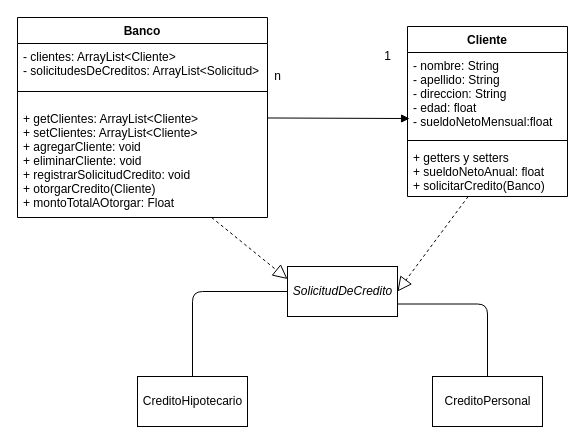
This is src/tp5_SOLID/TP5SOLID_diseño.drawio from lucianosantoleri/Obj2-UNQ-Santoleri, a draw.io file, before an edit. Source tidied: cells renumbered, new cells numbered last; positions are measured from the earlier drawing's top-left corner, leaving out a move shared by most shapes. Both pictures are drawn from the tidied source at 100%, with x=0, y=0 at pixel (17, 17).
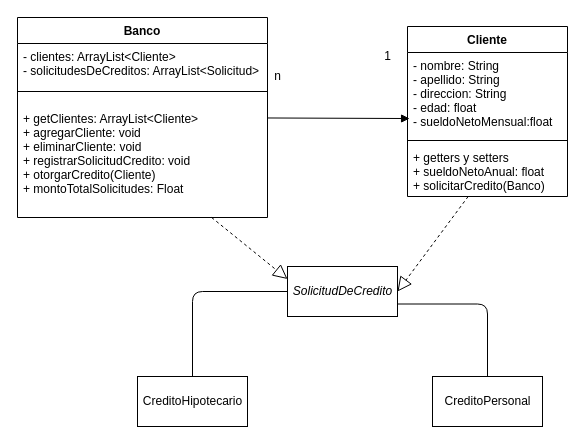
Above is the later version.

Change to the diagram source:
```diff
@@
 <mxGraphModel background="#ffffff">
   <root>
     <mxCell id="0" />
     <mxCell id="1" parent="0" />
     <mxCell id="2" value="Cliente" style="swimlane;fontStyle=1;align=center;verticalAlign=top;horizontal=1;startSize=26;" parent="1" vertex="1">
       <mxGeometry x="390" y="9" width="160" height="170" as="geometry" />
     </mxCell>
     <mxCell id="3" value="- nombre: String&#10;- apellido: String&#10;- direccion: String&#10;- edad: float&#10;- sueldoNetoMensual:float" style="text;strokeColor=none;fillColor=none;align=left;verticalAlign=top;spacingLeft=4;spacingRight=4;overflow=hidden;points=[[0,0.5],[1,0.5]];portConstraint=eastwest;" parent="2" vertex="1">
       <mxGeometry y="26" width="160" height="84" as="geometry" />
     </mxCell>
     <mxCell id="4" style="line;strokeWidth=1;fillColor=none;align=left;verticalAlign=middle;spacingTop=-1;spacingLeft=3;spacingRight=3;labelPosition=right;" parent="2" vertex="1">
       <mxGeometry y="110" width="160" height="8" as="geometry" />
     </mxCell>
     <mxCell id="5" value="+ getters y setters&#10;+ sueldoNetoAnual: float&#10;+ solicitarCredito(Banco)" style="text;strokeColor=none;fillColor=none;align=left;verticalAlign=top;spacingLeft=4;spacingRight=4;overflow=hidden;points=[[0,0.5],[1,0.5]];portConstraint=eastwest;" parent="2" vertex="1">
       <mxGeometry y="118" width="160" height="52" as="geometry" />
     </mxCell>
     <mxCell id="6" value="Banco" style="swimlane;fontStyle=1;align=center;verticalAlign=top;horizontal=1;startSize=26;" parent="1" vertex="1">
       <mxGeometry width="250" height="200" as="geometry" />
     </mxCell>
     <mxCell id="7" value="- clientes: ArrayList&lt;Cliente&gt;&#10;- solicitudesDeCreditos: ArrayList&lt;Solicitud&gt;" style="text;strokeColor=none;fillColor=none;align=left;verticalAlign=top;spacingLeft=4;spacingRight=4;overflow=hidden;" parent="6" vertex="1">
       <mxGeometry y="26" width="250" height="34" as="geometry" />
     </mxCell>
     <mxCell id="8" style="line;strokeWidth=1;fillColor=none;align=left;verticalAlign=middle;spacingTop=-1;spacingLeft=3;spacingRight=3;labelPosition=right;" parent="6" vertex="1">
       <mxGeometry y="60" width="250" height="28" as="geometry" />
     </mxCell>
-    <mxCell id="9" value="+ getClientes: ArrayList&lt;Cliente&gt;&#10;+ setClientes: ArrayList&lt;Cliente&gt;&#10;+ agregarCliente: void&#10;+ eliminarCliente: void&#10;+ registrarSolicitudCredito: void&#10;+ otorgarCredito(Cliente)&#10;+ montoTotalAOtorgar: Float" style="text;strokeColor=none;fillColor=none;align=left;verticalAlign=top;spacingLeft=4;spacingRight=4;overflow=hidden;points=[[0,0.5],[1,0.5]];portConstraint=eastwest;" parent="6" vertex="1">
+    <mxCell id="9" value="+ getClientes: ArrayList&lt;Cliente&gt;&#10;+ agregarCliente: void&#10;+ eliminarCliente: void&#10;+ registrarSolicitudCredito: void&#10;+ otorgarCredito(Cliente)&#10;+ montoTotalSolicitudes: Float" style="text;strokeColor=none;fillColor=none;align=left;verticalAlign=top;spacingLeft=4;spacingRight=4;overflow=hidden;points=[[0,0.5],[1,0.5]];portConstraint=eastwest;" parent="6" vertex="1">
       <mxGeometry y="88" width="250" height="112" as="geometry" />
     </mxCell>
     <mxCell id="10" style="html=1;verticalAlign=bottom;endArrow=block;entryX=0.013;entryY=0.786;entryDx=0;entryDy=0;entryPerimeter=0;" parent="1" edge="1" source="6" target="3">
       <mxGeometry relative="1" as="geometry" />
     </mxCell>
     <mxCell id="11" value="1" style="text;html=1;align=center;verticalAlign=middle;strokeColor=none;" parent="1" vertex="1">
       <mxGeometry x="360" y="29" width="20" height="20" as="geometry" />
     </mxCell>
     <mxCell id="12" value="n" style="text;html=1;align=center;verticalAlign=middle;strokeColor=none;" parent="1" vertex="1">
       <mxGeometry x="250" y="49" width="20" height="20" as="geometry" />
     </mxCell>
     <mxCell id="13" value="&lt;i&gt;SolicitudDeCredito&lt;/i&gt;" style="html=1;" parent="1" vertex="1">
       <mxGeometry x="270" y="249" width="110" height="50" as="geometry" />
     </mxCell>
     <mxCell id="14" style="endArrow=block;dashed=1;endFill=0;endSize=12;html=1;entryX=1;entryY=0.5;entryDx=0;entryDy=0;" parent="1" edge="1" source="5" target="13">
       <mxGeometry relative="1" as="geometry" />
     </mxCell>
     <mxCell id="15" value="CreditoHipotecario" style="html=1;" parent="1" vertex="1">
       <mxGeometry x="120" y="359" width="110" height="50" as="geometry" />
     </mxCell>
     <mxCell id="16" value="CreditoPersonal" style="html=1;" parent="1" vertex="1">
       <mxGeometry x="415" y="359" width="110" height="50" as="geometry" />
     </mxCell>
     <mxCell id="17" style="endArrow=none;html=1;edgeStyle=orthogonalEdgeStyle;" parent="1" edge="1" source="13" target="15">
       <mxGeometry relative="1" as="geometry" />
     </mxCell>
     <mxCell id="18" style="endArrow=none;html=1;edgeStyle=orthogonalEdgeStyle;exitX=1;exitY=0.75;exitDx=0;exitDy=0;" parent="1" edge="1" source="13" target="16">
       <mxGeometry relative="1" as="geometry" />
     </mxCell>
     <mxCell id="19" style="endArrow=block;dashed=1;endFill=0;endSize=12;html=1;entryX=0;entryY=0.25;entryDx=0;entryDy=0;" parent="1" edge="1" source="9" target="13">
       <mxGeometry relative="1" as="geometry" />
     </mxCell>
   </root>
 </mxGraphModel>
```
